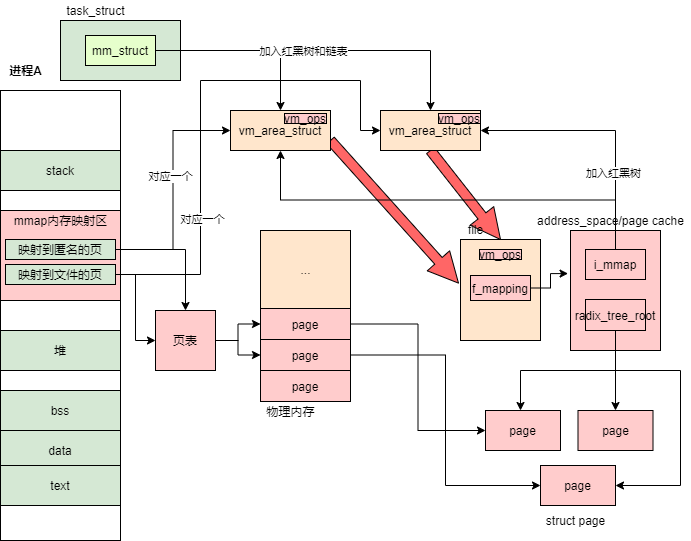
bollcode/node_picture keeps this draw.io diagram as 操作系统/mmap文件映射.png. Above is the earlier version. Source tidied: cells renumbered, new cells last; positions are measured from the earlier drawing's top-left corner, leaving out a move shared by most shapes.
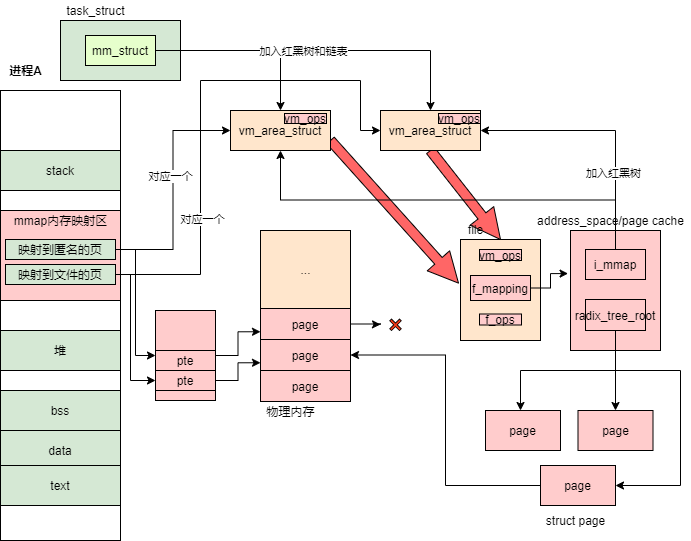
After the commit.

Change to the diagram source:
```diff
@@ -24,8 +24,13 @@
     <mxCell id="6" value="对应一个" style="edgeLabel;html=1;align=center;verticalAlign=middle;" parent="5" vertex="1">
       <mxGeometry x="-0.45" y="-1" relative="1" as="geometry" />
     </mxCell>
-    <mxCell id="7" style="edgeStyle=orthogonalEdgeStyle;rounded=0;jettySize=auto;html=1;exitX=1;exitY=0.5;exitDx=0;exitDy=0;entryX=0;entryY=0.5;entryDx=0;entryDy=0;" parent="1" edge="1" source="8" target="57">
-      <mxGeometry relative="1" as="geometry" />
+    <mxCell id="7" style="edgeStyle=orthogonalEdgeStyle;rounded=0;jettySize=auto;html=1;exitX=1;exitY=0.5;exitDx=0;exitDy=0;entryX=0;entryY=0.5;entryDx=0;entryDy=0;" parent="1" edge="1" source="8" target="64">
+      <mxGeometry relative="1" as="geometry">
+        <Array as="points">
+          <mxPoint x="130" y="274" />
+          <mxPoint x="130" y="380" />
+        </Array>
+      </mxGeometry>
     </mxCell>
     <mxCell id="8" value="映射到文件的页" style="rounded=0;whiteSpace=wrap;html=1;fillColor=#D5E8D4;" parent="1" vertex="1">
       <mxGeometry x="5" y="264" width="110" height="20" as="geometry" />
@@ -36,7 +41,7 @@
     <mxCell id="10" value="对应一个" style="edgeLabel;html=1;align=center;verticalAlign=middle;" parent="9" vertex="1">
       <mxGeometry x="0.12" y="3" relative="1" as="geometry" />
     </mxCell>
-    <mxCell id="11" style="edgeStyle=orthogonalEdgeStyle;rounded=0;jettySize=auto;html=1;exitX=1;exitY=0.5;exitDx=0;exitDy=0;entryX=0.5;entryY=0;entryDx=0;entryDy=0;" parent="1" edge="1" source="12" target="57">
+    <mxCell id="11" style="edgeStyle=orthogonalEdgeStyle;rounded=0;jettySize=auto;html=1;exitX=1;exitY=0.5;exitDx=0;exitDy=0;entryX=0;entryY=0.5;entryDx=0;entryDy=0;" parent="1" edge="1" source="12" target="57">
       <mxGeometry relative="1" as="geometry" />
     </mxCell>
     <mxCell id="12" value="映射到匿名的页" style="rounded=0;whiteSpace=wrap;html=1;fillColor=#D5E8D4;" parent="1" vertex="1">
@@ -96,15 +101,14 @@
     <mxCell id="30" value="page" style="rounded=0;whiteSpace=wrap;html=1;fillColor=#FFCCCC;" parent="1" vertex="1">
       <mxGeometry x="260" y="370" width="90" height="31" as="geometry" />
     </mxCell>
-    <mxCell id="31" style="edgeStyle=orthogonalEdgeStyle;rounded=0;jettySize=auto;html=1;exitX=1;exitY=0.5;exitDx=0;exitDy=0;entryX=0;entryY=0.5;entryDx=0;entryDy=0;" parent="1" edge="1" source="32" target="53">
-      <mxGeometry relative="1" as="geometry" />
-    </mxCell>
     <mxCell id="32" value="page" style="rounded=0;whiteSpace=wrap;html=1;fillColor=#FFCCCC;" parent="1" vertex="1">
       <mxGeometry x="260" y="339" width="90" height="31" as="geometry" />
     </mxCell>
-    <mxCell id="33" style="edgeStyle=orthogonalEdgeStyle;rounded=0;jettySize=auto;html=1;exitX=1;exitY=0.5;exitDx=0;exitDy=0;entryX=0;entryY=0.5;entryDx=0;entryDy=0;" parent="1" edge="1" source="34" target="51">
-      <mxGeometry relative="1" as="geometry" />
-    </mxCell>
+    <mxCell id="61" style="edgeStyle=orthogonalEdgeStyle;rounded=0;jettySize=auto;html=1;exitX=1;exitY=0.5;exitDx=0;exitDy=0;fillColor=#FF6666;" parent="1" edge="1" source="34">
+      <mxGeometry relative="1" as="geometry">
+        <mxPoint x="380" y="324" as="targetPoint" />
+      </mxGeometry>
+    </mxCell>
     <mxCell id="34" value="page" style="rounded=0;whiteSpace=wrap;html=1;fillColor=#FFCCCC;" parent="1" vertex="1">
       <mxGeometry x="260" y="308" width="90" height="31" as="geometry" />
     </mxCell>
@@ -170,20 +174,20 @@
     <mxCell id="52" value="page" style="rounded=0;whiteSpace=wrap;html=1;fillColor=#FFCCCC;" parent="1" vertex="1">
       <mxGeometry x="577.5" y="410" width="75" height="40" as="geometry" />
     </mxCell>
+    <mxCell id="62" style="edgeStyle=orthogonalEdgeStyle;rounded=0;jettySize=auto;html=1;exitX=0;exitY=0.5;exitDx=0;exitDy=0;entryX=1;entryY=0.5;entryDx=0;entryDy=0;fillColor=#FF6666;" parent="1" edge="1" source="53" target="32">
+      <mxGeometry relative="1" as="geometry" />
+    </mxCell>
     <mxCell id="53" value="page" style="rounded=0;whiteSpace=wrap;html=1;fillColor=#FFCCCC;" parent="1" vertex="1">
       <mxGeometry x="540" y="465" width="75" height="40" as="geometry" />
     </mxCell>
     <mxCell id="54" value="struct page&lt;br&gt;" style="text;html=1;align=center;verticalAlign=middle;" parent="1" vertex="1">
       <mxGeometry x="540" y="510" width="70" height="20" as="geometry" />
     </mxCell>
-    <mxCell id="55" style="edgeStyle=orthogonalEdgeStyle;rounded=0;jettySize=auto;html=1;exitX=1;exitY=0.5;exitDx=0;exitDy=0;entryX=0;entryY=0.5;entryDx=0;entryDy=0;" parent="1" edge="1" source="57" target="34">
-      <mxGeometry relative="1" as="geometry" />
-    </mxCell>
-    <mxCell id="56" style="edgeStyle=orthogonalEdgeStyle;rounded=0;jettySize=auto;html=1;exitX=1;exitY=0.5;exitDx=0;exitDy=0;entryX=0;entryY=0.5;entryDx=0;entryDy=0;" parent="1" edge="1" source="57" target="32">
+    <mxCell id="56" style="edgeStyle=orthogonalEdgeStyle;rounded=0;jettySize=auto;html=1;exitX=1;exitY=0.5;exitDx=0;exitDy=0;entryX=0;entryY=0.75;entryDx=0;entryDy=0;" parent="1" edge="1" source="57" target="34">
       <mxGeometry relative="1" as="geometry" />
     </mxCell>
-    <mxCell id="57" value="页表" style="whiteSpace=wrap;html=1;fillColor=#FFCCCC;" parent="1" vertex="1">
-      <mxGeometry x="155" y="310" width="60" height="60" as="geometry" />
+    <mxCell id="57" style="whiteSpace=wrap;html=1;fillColor=#FFCCCC;" parent="1" vertex="1">
+      <mxGeometry x="155" y="310" width="60" height="90" as="geometry" />
     </mxCell>
     <mxCell id="58" value="vm_ops" style="rounded=0;whiteSpace=wrap;html=1;fillColor=#FFCCCC;" parent="1" vertex="1">
       <mxGeometry x="284" y="113" width="42" height="10" as="geometry" />
@@ -192,7 +196,22 @@
       <mxGeometry x="438" y="113" width="42" height="10" as="geometry" />
     </mxCell>
     <mxCell id="60" value="vm_ops" style="rounded=0;whiteSpace=wrap;html=1;fillColor=#FFCCCC;" parent="1" vertex="1">
-      <mxGeometry x="479" y="249" width="42" height="10" as="geometry" />
+      <mxGeometry x="479" y="249" width="42" height="11" as="geometry" />
     </mxCell>
+    <mxCell id="63" style="edgeStyle=orthogonalEdgeStyle;rounded=0;jettySize=auto;html=1;exitX=1;exitY=0.5;exitDx=0;exitDy=0;entryX=0;entryY=0.75;entryDx=0;entryDy=0;fillColor=#FF6666;" parent="1" edge="1" source="64" target="32">
+      <mxGeometry relative="1" as="geometry" />
+    </mxCell>
+    <mxCell id="64" value="pte" style="whiteSpace=wrap;html=1;fillColor=#FFCCCC;" parent="1" vertex="1">
+      <mxGeometry x="155" y="370" width="60" height="20" as="geometry" />
+    </mxCell>
+    <mxCell id="65" value="pte" style="whiteSpace=wrap;html=1;fillColor=#FFCCCC;" parent="1" vertex="1">
+      <mxGeometry x="155" y="350" width="60" height="20" as="geometry" />
+    </mxCell>
+    <mxCell id="66" value="❌" style="text;html=1;align=center;verticalAlign=middle;" parent="1" vertex="1">
+      <mxGeometry x="380" y="313.5" width="30" height="20" as="geometry" />
+    </mxCell>
+    <mxCell id="67" value="f_ops" style="rounded=0;whiteSpace=wrap;html=1;fillColor=#FFCCCC;" parent="1" vertex="1">
+      <mxGeometry x="479" y="313.5" width="42" height="11" as="geometry" />
+    </mxCell>
   </root>
 </mxGraphModel>
```
